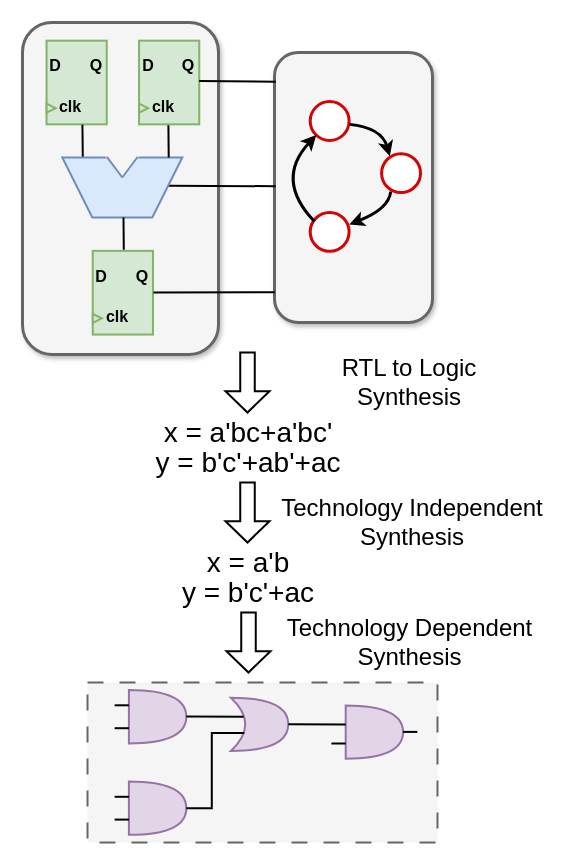
This is bak4logicsynthesis.drawio from kxzhu0505/LogicSynOpt, a draw.io file, before an edit. Source tidied: cells renumbered, new cells numbered last; positions are measured from the earlier drawing's top-left corner, leaving out a move shared by most shapes. Both pictures are drawn from the tidied source at 100%, with x=0, y=0 at pixel (22, 22).
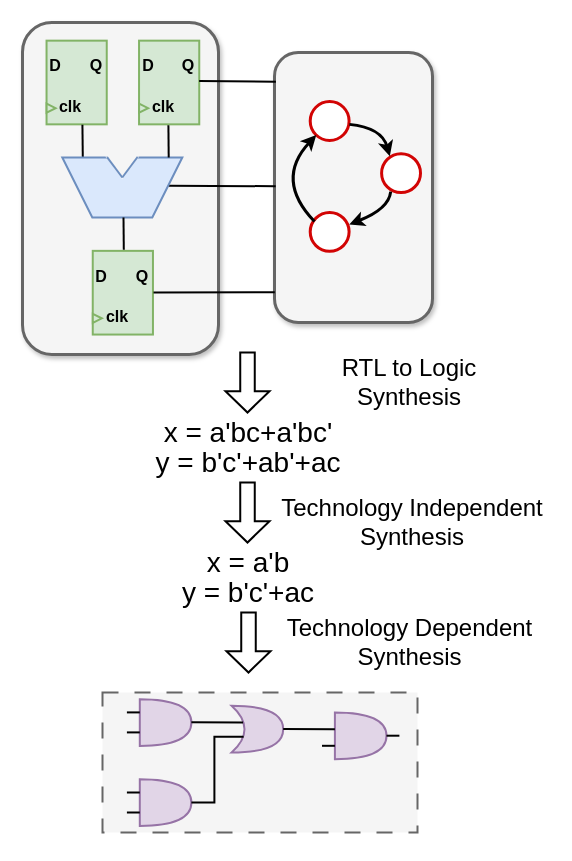
Above is the later version.

What changed in the source:
```diff
@@
-    <mxCell id="41" style="group;" parent="1" vertex="1">
-      <mxGeometry x="65" y="660" width="350" height="160" as="geometry" />
+    <mxCell id="41" style="group;strokeWidth=3;shadow=1;rounded=1;" parent="1" vertex="1">
+      <mxGeometry x="80" y="670" width="315" height="140" as="geometry" />
     </mxCell>
     <mxCell id="42" style="rounded=0;whiteSpace=wrap;html=1;dashed=1;dashPattern=8 8;strokeWidth=2;fillColor=#f5f5f5;fontColor=#333333;strokeColor=#666666;" parent="41" vertex="1">
-      <mxGeometry width="350" height="160" as="geometry" />
+      <mxGeometry width="315" height="140" as="geometry" />
     </mxCell>
     <mxCell id="43" style="shape=or;whiteSpace=wrap;html=1;fillColor=#e1d5e7;strokeColor=#9673a6;strokeWidth=2;" parent="41" vertex="1">
-      <mxGeometry x="41.4" y="7.6" width="57.4" height="53.3" as="geometry" />
+      <mxGeometry x="37.3" y="6.7" width="51.6" height="46.7" as="geometry" />
     </mxCell>
     <mxCell id="44" style="shape=xor;whiteSpace=wrap;html=1;fillColor=#e1d5e7;strokeColor=#9673a6;strokeWidth=2;" parent="41" vertex="1">
-      <mxGeometry x="143.4" y="15.2" width="57.4" height="53.3" as="geometry" />
+      <mxGeometry x="129.1" y="13.3" width="51.6" height="46.7" as="geometry" />
     </mxCell>
     <mxCell id="45" style="shape=or;whiteSpace=wrap;html=1;fillColor=#e1d5e7;strokeColor=#9673a6;strokeWidth=2;" parent="41" vertex="1">
-      <mxGeometry x="41.4" y="99" width="57.4" height="53.3" as="geometry" />
+      <mxGeometry x="37.3" y="86.7" width="51.6" height="46.7" as="geometry" />
     </mxCell>
     <mxCell id="46" style="shape=or;whiteSpace=wrap;html=1;fillColor=#e1d5e7;strokeColor=#9673a6;strokeWidth=2;" parent="41" vertex="1">
-      <mxGeometry x="258.2" y="22.9" width="57.4" height="53.3" as="geometry" />
+      <mxGeometry x="232.4" y="20" width="51.6" height="46.7" as="geometry" />
     </mxCell>
     <mxCell id="47" style="endArrow=none;html=1;rounded=0;endSize=6;strokeWidth=2;entryX=0.481;entryY=0.002;entryDx=0;entryDy=0;entryPerimeter=0;fontFamily=Helvetica;exitX=0.222;exitY=0.357;exitDx=0;exitDy=0;exitPerimeter=0;" parent="41" edge="1" source="44">
       <mxGeometry relative="1" as="geometry">
-        <mxPoint x="98.8" y="34" as="targetPoint" />
+        <mxPoint x="88.9" y="29.7" as="targetPoint" />
       </mxGeometry>
     </mxCell>
     <mxCell id="48" style="endArrow=none;html=1;rounded=0;endSize=6;strokeWidth=2;fontFamily=Helvetica;" parent="41" edge="1">
       <mxGeometry relative="1" as="geometry">
-        <mxPoint x="41.4" y="114.3" as="sourcePoint" />
-        <mxPoint x="27.1" y="114.3" as="targetPoint" />
+        <mxPoint x="37.3" y="100" as="sourcePoint" />
+        <mxPoint x="24.4" y="100" as="targetPoint" />
       </mxGeometry>
     </mxCell>
     <mxCell id="49" style="endArrow=none;html=1;rounded=0;endSize=6;strokeWidth=2;entryX=1;entryY=0.5;entryDx=0;entryDy=0;entryPerimeter=0;fontFamily=Helvetica;exitX=0.222;exitY=0.357;exitDx=0;exitDy=0;exitPerimeter=0;edgeStyle=orthogonalEdgeStyle;" parent="41" edge="1" target="45">
       <mxGeometry relative="1" as="geometry">
-        <mxPoint x="156.8" y="50.6" as="sourcePoint" />
+        <mxPoint x="141.1" y="44.3" as="sourcePoint" />
         <Array as="points">
-          <mxPoint x="124.3" y="50.3" />
-          <mxPoint x="124.3" y="125.7" />
+          <mxPoint x="111.9" y="44" />
+          <mxPoint x="111.9" y="110" />
         </Array>
       </mxGeometry>
     </mxCell>
     <mxCell id="50" style="endArrow=none;html=1;rounded=0;endSize=6;strokeWidth=2;entryX=0.481;entryY=0.002;entryDx=0;entryDy=0;entryPerimeter=0;fontFamily=Helvetica;exitX=0.222;exitY=0.357;exitDx=0;exitDy=0;exitPerimeter=0;" parent="41" edge="1">
       <mxGeometry relative="1" as="geometry">
-        <mxPoint x="258.2" y="42" as="sourcePoint" />
-        <mxPoint x="200.8" y="41.7" as="targetPoint" />
+        <mxPoint x="232.4" y="36.8" as="sourcePoint" />
+        <mxPoint x="180.7" y="36.5" as="targetPoint" />
       </mxGeometry>
     </mxCell>
     <mxCell id="51" style="endArrow=none;html=1;rounded=0;endSize=6;strokeWidth=2;fontFamily=Helvetica;" parent="41" edge="1">
       <mxGeometry relative="1" as="geometry">
-        <mxPoint x="41.4" y="137.1" as="sourcePoint" />
-        <mxPoint x="27.1" y="137.1" as="targetPoint" />
+        <mxPoint x="37.3" y="120" as="sourcePoint" />
+        <mxPoint x="24.4" y="120" as="targetPoint" />
       </mxGeometry>
     </mxCell>
     <mxCell id="52" style="endArrow=none;html=1;rounded=0;endSize=6;strokeWidth=2;fontFamily=Helvetica;" parent="41" edge="1">
       <mxGeometry relative="1" as="geometry">
-        <mxPoint x="41.4" y="22.8" as="sourcePoint" />
-        <mxPoint x="27.1" y="22.8" as="targetPoint" />
+        <mxPoint x="37.3" y="19.9" as="sourcePoint" />
+        <mxPoint x="24.4" y="19.9" as="targetPoint" />
       </mxGeometry>
     </mxCell>
     <mxCell id="53" style="endArrow=none;html=1;rounded=0;endSize=6;strokeWidth=2;fontFamily=Helvetica;" parent="41" edge="1">
       <mxGeometry relative="1" as="geometry">
-        <mxPoint x="41.4" y="45.7" as="sourcePoint" />
-        <mxPoint x="27.1" y="45.7" as="targetPoint" />
+        <mxPoint x="37.3" y="39.9" as="sourcePoint" />
+        <mxPoint x="24.4" y="39.9" as="targetPoint" />
       </mxGeometry>
     </mxCell>
     <mxCell id="54" style="endArrow=none;html=1;rounded=0;endSize=6;strokeWidth=2;fontFamily=Helvetica;" parent="41" edge="1">
       <mxGeometry relative="1" as="geometry">
-        <mxPoint x="258.2" y="61" as="sourcePoint" />
-        <mxPoint x="243.9" y="61" as="targetPoint" />
+        <mxPoint x="232.4" y="53.3" as="sourcePoint" />
+        <mxPoint x="219.5" y="53.3" as="targetPoint" />
       </mxGeometry>
     </mxCell>
     <mxCell id="55" style="endArrow=none;html=1;rounded=0;endSize=6;strokeWidth=2;fontFamily=Helvetica;" parent="41" edge="1">
       <mxGeometry relative="1" as="geometry">
-        <mxPoint x="329.9" y="49.4" as="sourcePoint" />
-        <mxPoint x="315.6" y="49.4" as="targetPoint" />
+        <mxPoint x="296.9" y="43.2" as="sourcePoint" />
+        <mxPoint x="284" y="43.2" as="targetPoint" />
       </mxGeometry>
     </mxCell>
```
